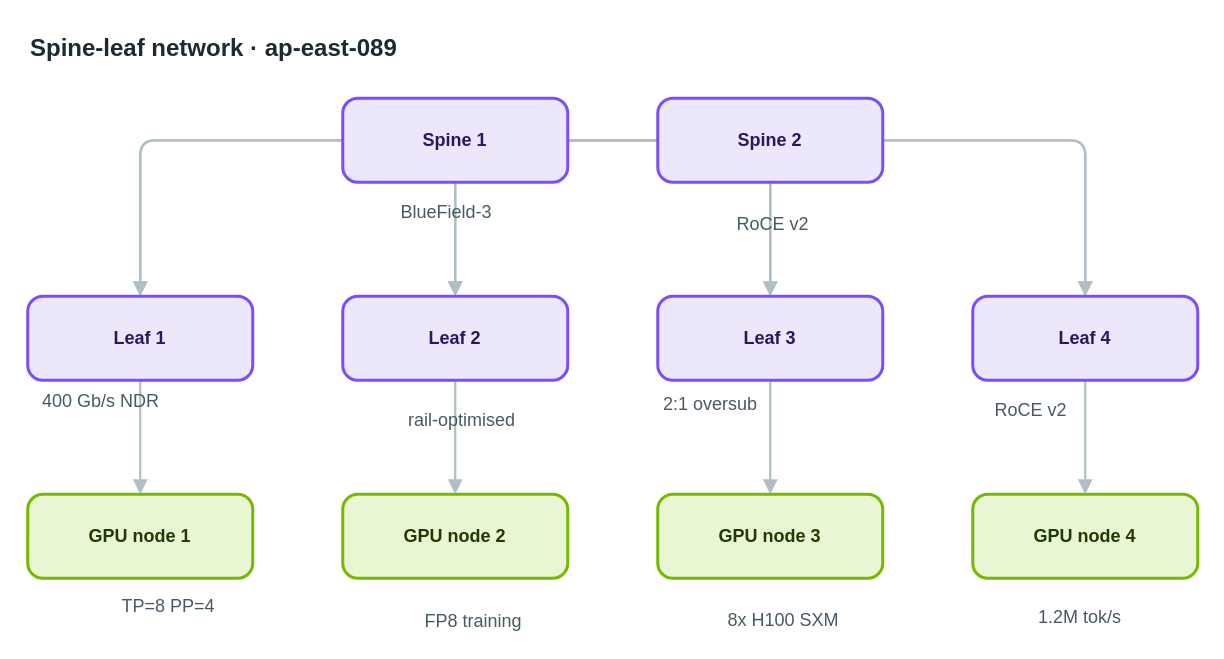
AryanG01/open-apprentice keeps this draw.io diagram as apps/web/public/samples/library/089-spine-leaf-network.drawio. Above is the earlier version. Source tidied: cells renumbered, new cells numbered last; positions are measured from the earlier drawing's top-left corner, leaving out a move shared by most shapes. Both pictures are drawn from the tidied source at 150%, with x=0, y=0 at pixel (27, 26).
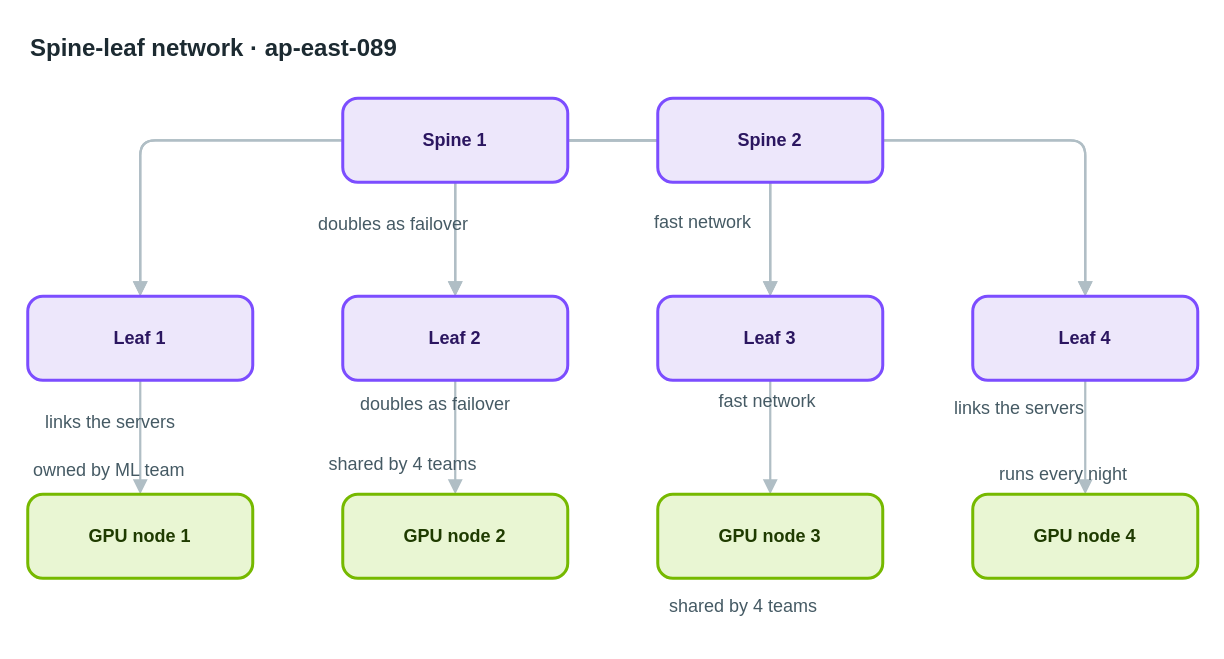
After the change.

What changed in the source:
```diff
@@
-    <mxCell id="25" value="BlueField-3" style="text;html=1;align=left;verticalAlign=top;whiteSpace=nowrap;spacing=0;spacingTop=0;strokeColor=none;fillColor=none;fontSize=12;fontColor=#455a64;" parent="1" vertex="1">
-      <mxGeometry x="249" y="112" width="89" height="20" as="geometry" />
+    <mxCell id="25" value="doubles as failover" style="text;html=1;align=left;verticalAlign=top;whiteSpace=nowrap;spacing=0;spacingTop=0;strokeColor=none;fillColor=none;fontSize=12;fontColor=#455a64;" parent="1" vertex="1">
+      <mxGeometry x="194" y="120" width="145" height="20" as="geometry" />
     </mxCell>
-    <mxCell id="26" value="RoCE v2" style="text;html=1;align=left;verticalAlign=top;whiteSpace=nowrap;spacing=0;spacingTop=0;strokeColor=none;fillColor=none;fontSize=12;fontColor=#455a64;" parent="1" vertex="1">
-      <mxGeometry x="473" y="120" width="61" height="20" as="geometry" />
+    <mxCell id="26" value="fast network" style="text;html=1;align=left;verticalAlign=top;whiteSpace=nowrap;spacing=0;spacingTop=0;strokeColor=none;fillColor=none;fontSize=12;fontColor=#455a64;" parent="1" vertex="1">
+      <mxGeometry x="418" y="119" width="96" height="20" as="geometry" />
     </mxCell>
-    <mxCell id="27" value="400 Gb/s NDR" style="text;html=1;align=left;verticalAlign=top;whiteSpace=nowrap;spacing=0;spacingTop=0;strokeColor=none;fillColor=none;fontSize=12;fontColor=#455a64;" parent="1" vertex="1">
-      <mxGeometry x="10" y="238" width="96" height="20" as="geometry" />
+    <mxCell id="27" value="links the servers" style="text;html=1;align=left;verticalAlign=top;whiteSpace=nowrap;spacing=0;spacingTop=0;strokeColor=none;fillColor=none;fontSize=12;fontColor=#455a64;" parent="1" vertex="1">
+      <mxGeometry x="12" y="252" width="131" height="20" as="geometry" />
     </mxCell>
-    <mxCell id="28" value="rail-optimised" style="text;html=1;align=left;verticalAlign=top;whiteSpace=nowrap;spacing=0;spacingTop=0;strokeColor=none;fillColor=none;fontSize=12;fontColor=#455a64;" parent="1" vertex="1">
-      <mxGeometry x="254" y="251" width="110" height="20" as="geometry" />
+    <mxCell id="28" value="doubles as failover" style="text;html=1;align=left;verticalAlign=top;whiteSpace=nowrap;spacing=0;spacingTop=0;strokeColor=none;fillColor=none;fontSize=12;fontColor=#455a64;" parent="1" vertex="1">
+      <mxGeometry x="222" y="240" width="145" height="20" as="geometry" />
     </mxCell>
-    <mxCell id="29" value="2:1 oversub" style="text;html=1;align=left;verticalAlign=top;whiteSpace=nowrap;spacing=0;spacingTop=0;strokeColor=none;fillColor=none;fontSize=12;fontColor=#455a64;" parent="1" vertex="1">
-      <mxGeometry x="424" y="240" width="89" height="20" as="geometry" />
+    <mxCell id="29" value="fast network" style="text;html=1;align=left;verticalAlign=top;whiteSpace=nowrap;spacing=0;spacingTop=0;strokeColor=none;fillColor=none;fontSize=12;fontColor=#455a64;" parent="1" vertex="1">
+      <mxGeometry x="461" y="238" width="96" height="20" as="geometry" />
     </mxCell>
-    <mxCell id="30" value="RoCE v2" style="text;html=1;align=left;verticalAlign=top;whiteSpace=nowrap;spacing=0;spacingTop=0;strokeColor=none;fillColor=none;fontSize=12;fontColor=#455a64;" parent="1" vertex="1">
-      <mxGeometry x="645" y="244" width="61" height="20" as="geometry" />
+    <mxCell id="30" value="links the servers" style="text;html=1;align=left;verticalAlign=top;whiteSpace=nowrap;spacing=0;spacingTop=0;strokeColor=none;fillColor=none;fontSize=12;fontColor=#455a64;" parent="1" vertex="1">
+      <mxGeometry x="618" y="243" width="131" height="20" as="geometry" />
     </mxCell>
-    <mxCell id="31" value="TP=8 PP=4" style="text;html=1;align=left;verticalAlign=top;whiteSpace=nowrap;spacing=0;spacingTop=0;strokeColor=none;fillColor=none;fontSize=12;fontColor=#455a64;" parent="1" vertex="1">
-      <mxGeometry x="63" y="375" width="75" height="20" as="geometry" />
+    <mxCell id="31" value="owned by ML team" style="text;html=1;align=left;verticalAlign=top;whiteSpace=nowrap;spacing=0;spacingTop=0;strokeColor=none;fillColor=none;fontSize=12;fontColor=#455a64;" parent="1" vertex="1">
+      <mxGeometry x="4" y="284" width="124" height="20" as="geometry" />
     </mxCell>
-    <mxCell id="32" value="FP8 training" style="text;html=1;align=left;verticalAlign=top;whiteSpace=nowrap;spacing=0;spacingTop=0;strokeColor=none;fillColor=none;fontSize=12;fontColor=#455a64;" parent="1" vertex="1">
-      <mxGeometry x="265" y="385" width="96" height="20" as="geometry" />
+    <mxCell id="32" value="shared by 4 teams" style="text;html=1;align=left;verticalAlign=top;whiteSpace=nowrap;spacing=0;spacingTop=0;strokeColor=none;fillColor=none;fontSize=12;fontColor=#455a64;" parent="1" vertex="1">
+      <mxGeometry x="201" y="280" width="131" height="20" as="geometry" />
     </mxCell>
-    <mxCell id="33" value="8x H100 SXM" style="text;html=1;align=left;verticalAlign=top;whiteSpace=nowrap;spacing=0;spacingTop=0;strokeColor=none;fillColor=none;fontSize=12;fontColor=#455a64;" parent="1" vertex="1">
-      <mxGeometry x="467" y="384" width="89" height="20" as="geometry" />
+    <mxCell id="33" value="shared by 4 teams" style="text;html=1;align=left;verticalAlign=top;whiteSpace=nowrap;spacing=0;spacingTop=0;strokeColor=none;fillColor=none;fontSize=12;fontColor=#455a64;" parent="1" vertex="1">
+      <mxGeometry x="428" y="375" width="131" height="20" as="geometry" />
     </mxCell>
-    <mxCell id="34" value="1.2M tok/s" style="text;html=1;align=left;verticalAlign=top;whiteSpace=nowrap;spacing=0;spacingTop=0;strokeColor=none;fillColor=none;fontSize=12;fontColor=#455a64;" parent="1" vertex="1">
-      <mxGeometry x="674" y="382" width="82" height="20" as="geometry" />
+    <mxCell id="34" value="runs every night" style="text;html=1;align=left;verticalAlign=top;whiteSpace=nowrap;spacing=0;spacingTop=0;strokeColor=none;fillColor=none;fontSize=12;fontColor=#455a64;" parent="1" vertex="1">
+      <mxGeometry x="648" y="287" width="124" height="20" as="geometry" />
     </mxCell>
```
